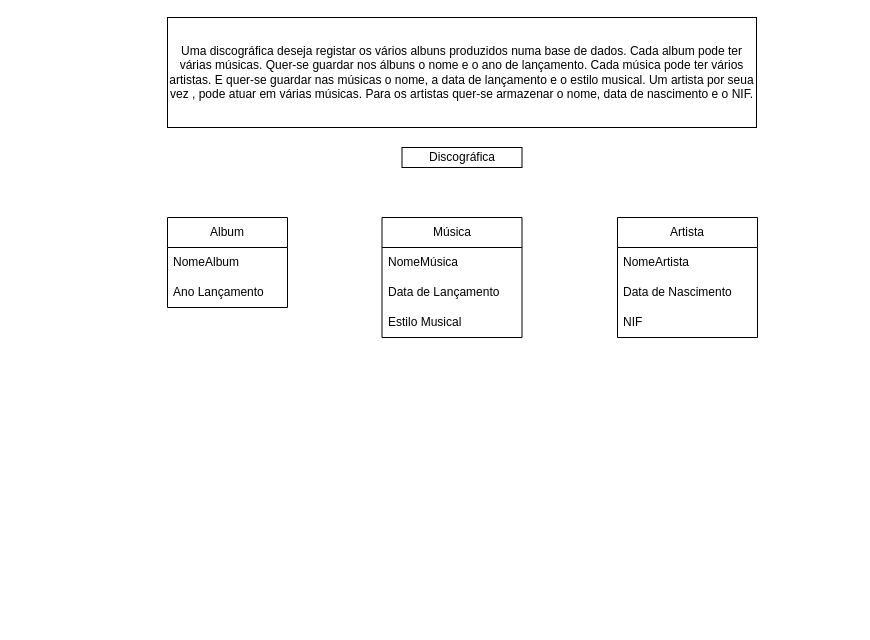
Before: Diagrama sem nome.drawio in joaopakina14/baseDeDados, a draw.io diagram. Source tidied: cells renumbered, new cells numbered last; positions are measured from the earlier drawing's top-left corner, leaving out a move shared by most shapes. Both pictures are drawn from the tidied source at 100%, with x=0, y=0 at pixel (167, 17).
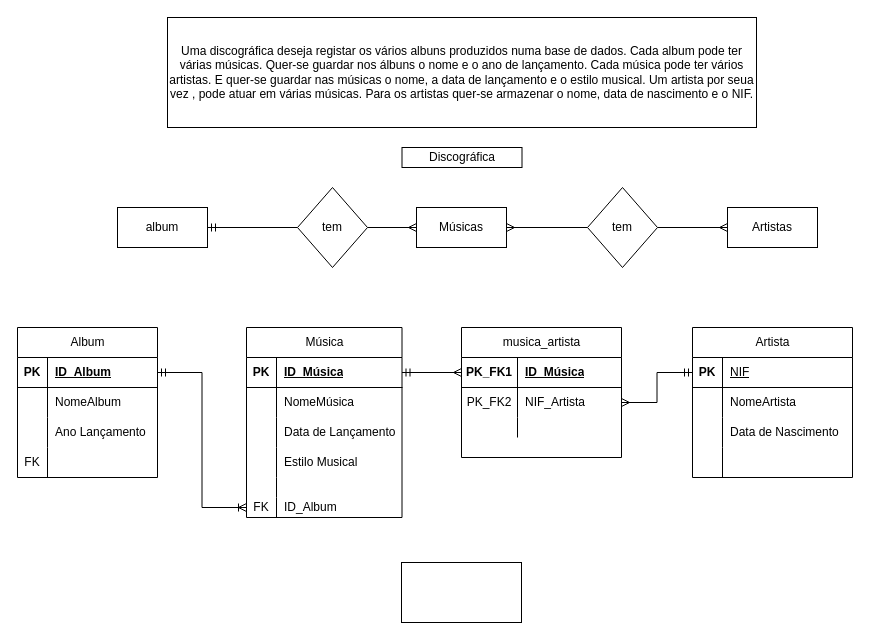
Above is the later version.

Diff of the diagram source:
```diff
@@
-    <mxCell id="4" value="Album" style="swimlane;fontStyle=0;horizontal=1;startSize=30;whiteSpace=wrap;html=1;" parent="1" vertex="1">
-      <mxGeometry y="200" width="120" height="90" as="geometry" />
+    <mxCell id="4" value="&lt;span style=&quot;font-weight: 400; text-wrap: wrap;&quot;&gt;Album&lt;/span&gt;" style="shape=table;startSize=30;childLayout=tableLayout;rowLines=0;fontStyle=1;align=center;html=1;" parent="1" vertex="1">
+      <mxGeometry x="-150" y="310" width="140" height="150" as="geometry" />
     </mxCell>
+    <mxCell id="15" style="shape=tableRow;horizontal=0;startSize=0;swimlaneHead=0;swimlaneBody=0;fillColor=none;points=[[0,0.5],[1,0.5]];portConstraint=eastwest;top=0;left=0;right=0;bottom=1;" parent="4" vertex="1">
+      <mxGeometry y="30" width="140" height="30" as="geometry" />
+    </mxCell>
+    <mxCell id="16" value="PK" style="shape=partialRectangle;fillColor=none;top=0;left=0;bottom=0;right=0;fontStyle=1;overflow=hidden;whiteSpace=wrap;html=1;" parent="15" vertex="1">
+      <mxGeometry width="30" height="30" as="geometry" />
+    </mxCell>
+    <mxCell id="17" value="ID_Album" style="shape=partialRectangle;fillColor=none;top=0;left=0;bottom=0;right=0;align=left;spacingLeft=6;fontStyle=5;overflow=hidden;whiteSpace=wrap;html=1;" parent="15" vertex="1">
+      <mxGeometry x="30" width="110" height="30" as="geometry" />
+    </mxCell>
+    <mxCell id="18" style="shape=tableRow;horizontal=0;startSize=0;swimlaneHead=0;swimlaneBody=0;fillColor=none;top=0;left=0;right=0;bottom=0;" parent="4" vertex="1">
+      <mxGeometry y="60" width="140" height="30" as="geometry" />
+    </mxCell>
+    <mxCell id="19" style="shape=partialRectangle;fillColor=none;top=0;left=0;bottom=0;right=0;overflow=hidden;whiteSpace=wrap;html=1;" parent="18" vertex="1">
+      <mxGeometry width="30" height="30" as="geometry" />
+    </mxCell>
-    <mxCell id="5" value="NomeAlbum" style="text;strokeColor=none;fillColor=none;align=left;verticalAlign=middle;spacingLeft=4;spacingRight=4;overflow=hidden;whiteSpace=wrap;html=1;" parent="4" vertex="1">
-      <mxGeometry y="30" width="120" height="30" as="geometry" />
+    <mxCell id="5" value="NomeAlbum" style="shape=partialRectangle;fillColor=none;top=0;left=0;bottom=0;right=0;align=left;spacingLeft=6;overflow=hidden;whiteSpace=wrap;html=1;" parent="18" vertex="1">
+      <mxGeometry x="30" width="110" height="30" as="geometry" />
     </mxCell>
+    <mxCell id="20" style="shape=tableRow;horizontal=0;startSize=0;swimlaneHead=0;swimlaneBody=0;fillColor=none;top=0;left=0;right=0;bottom=0;" parent="4" vertex="1">
+      <mxGeometry y="90" width="140" height="30" as="geometry" />
+    </mxCell>
+    <mxCell id="21" style="shape=partialRectangle;fillColor=none;top=0;left=0;bottom=0;right=0;overflow=hidden;whiteSpace=wrap;html=1;" parent="20" vertex="1">
+      <mxGeometry width="30" height="30" as="geometry" />
+    </mxCell>
-    <mxCell id="6" value="Ano Lançamento" style="text;strokeColor=none;fillColor=none;align=left;verticalAlign=middle;spacingLeft=4;spacingRight=4;overflow=hidden;whiteSpace=wrap;html=1;" parent="4" vertex="1">
-      <mxGeometry y="60" width="120" height="30" as="geometry" />
+    <mxCell id="6" value="Ano Lançamento" style="shape=partialRectangle;fillColor=none;top=0;left=0;bottom=0;right=0;align=left;spacingLeft=6;overflow=hidden;whiteSpace=wrap;html=1;" parent="20" vertex="1">
+      <mxGeometry x="30" width="110" height="30" as="geometry" />
     </mxCell>
+    <mxCell id="22" style="shape=tableRow;horizontal=0;startSize=0;swimlaneHead=0;swimlaneBody=0;fillColor=none;top=0;left=0;right=0;bottom=0;" parent="4" vertex="1">
+      <mxGeometry y="120" width="140" height="30" as="geometry" />
+    </mxCell>
+    <mxCell id="23" value="FK" style="shape=partialRectangle;fillColor=none;top=0;left=0;bottom=0;right=0;overflow=hidden;whiteSpace=wrap;html=1;" parent="22" vertex="1">
+      <mxGeometry width="30" height="30" as="geometry" />
+    </mxCell>
+    <mxCell id="24" style="shape=partialRectangle;fillColor=none;top=0;left=0;bottom=0;right=0;align=left;spacingLeft=6;overflow=hidden;whiteSpace=wrap;html=1;" parent="22" vertex="1">
+      <mxGeometry x="30" width="110" height="30" as="geometry" />
+    </mxCell>
-    <mxCell id="7" value="Música" style="swimlane;fontStyle=0;horizontal=1;startSize=30;whiteSpace=wrap;html=1;" parent="1" vertex="1">
-      <mxGeometry x="214.5" y="200" width="140" height="120" as="geometry" />
+    <mxCell id="7" value="&lt;span style=&quot;font-weight: 400; text-wrap: wrap;&quot;&gt;Música&lt;/span&gt;" style="shape=table;startSize=30;childLayout=tableLayout;rowLines=0;fontStyle=1;align=center;html=1;" parent="1" vertex="1">
+      <mxGeometry x="79" y="310" width="155.5" height="190" as="geometry" />
     </mxCell>
+    <mxCell id="25" style="shape=tableRow;horizontal=0;startSize=0;swimlaneHead=0;swimlaneBody=0;fillColor=none;points=[[0,0.5],[1,0.5]];portConstraint=eastwest;top=0;left=0;right=0;bottom=1;" parent="7" vertex="1">
+      <mxGeometry y="30" width="155.5" height="30" as="geometry" />
+    </mxCell>
+    <mxCell id="26" value="PK" style="shape=partialRectangle;fillColor=none;top=0;left=0;bottom=0;right=0;fontStyle=1;overflow=hidden;whiteSpace=wrap;html=1;" parent="25" vertex="1">
+      <mxGeometry width="30" height="30" as="geometry" />
+    </mxCell>
+    <mxCell id="27" value="ID_Música" style="shape=partialRectangle;fillColor=none;top=0;left=0;bottom=0;right=0;align=left;spacingLeft=6;fontStyle=5;overflow=hidden;whiteSpace=wrap;html=1;" parent="25" vertex="1">
+      <mxGeometry x="30" width="125.5" height="30" as="geometry" />
+    </mxCell>
+    <mxCell id="28" style="shape=tableRow;horizontal=0;startSize=0;swimlaneHead=0;swimlaneBody=0;fillColor=none;top=0;left=0;right=0;bottom=0;" parent="7" vertex="1">
+      <mxGeometry y="60" width="155.5" height="30" as="geometry" />
+    </mxCell>
+    <mxCell id="29" style="shape=partialRectangle;fillColor=none;top=0;left=0;bottom=0;right=0;overflow=hidden;whiteSpace=wrap;html=1;" parent="28" vertex="1">
+      <mxGeometry width="30" height="30" as="geometry" />
+    </mxCell>
-    <mxCell id="8" value="NomeMúsica" style="text;strokeColor=none;fillColor=none;align=left;verticalAlign=middle;spacingLeft=4;spacingRight=4;overflow=hidden;whiteSpace=wrap;html=1;" parent="7" vertex="1">
-      <mxGeometry y="30" width="140" height="30" as="geometry" />
+    <mxCell id="8" value="NomeMúsica" style="shape=partialRectangle;fillColor=none;top=0;left=0;bottom=0;right=0;align=left;spacingLeft=6;overflow=hidden;whiteSpace=wrap;html=1;" parent="28" vertex="1">
+      <mxGeometry x="30" width="125.5" height="30" as="geometry" />
     </mxCell>
+    <mxCell id="30" style="shape=tableRow;horizontal=0;startSize=0;swimlaneHead=0;swimlaneBody=0;fillColor=none;top=0;left=0;right=0;bottom=0;" parent="7" vertex="1">
+      <mxGeometry y="90" width="155.5" height="30" as="geometry" />
+    </mxCell>
+    <mxCell id="31" style="shape=partialRectangle;fillColor=none;top=0;left=0;bottom=0;right=0;overflow=hidden;whiteSpace=wrap;html=1;" parent="30" vertex="1">
+      <mxGeometry width="30" height="30" as="geometry" />
+    </mxCell>
-    <mxCell id="9" value="Data de Lançamento" style="text;strokeColor=none;fillColor=none;align=left;verticalAlign=middle;spacingLeft=4;spacingRight=4;overflow=hidden;whiteSpace=wrap;html=1;" parent="7" vertex="1">
-      <mxGeometry y="60" width="140" height="30" as="geometry" />
+    <mxCell id="9" value="Data de Lançamento" style="shape=partialRectangle;fillColor=none;top=0;left=0;bottom=0;right=0;align=left;spacingLeft=6;overflow=hidden;whiteSpace=wrap;html=1;" parent="30" vertex="1">
+      <mxGeometry x="30" width="125.5" height="30" as="geometry" />
     </mxCell>
+    <mxCell id="32" style="shape=tableRow;horizontal=0;startSize=0;swimlaneHead=0;swimlaneBody=0;fillColor=none;top=0;left=0;right=0;bottom=0;" parent="7" vertex="1">
+      <mxGeometry y="120" width="155.5" height="30" as="geometry" />
+    </mxCell>
+    <mxCell id="33" style="shape=partialRectangle;fillColor=none;top=0;left=0;bottom=0;right=0;overflow=hidden;whiteSpace=wrap;html=1;" parent="32" vertex="1">
+      <mxGeometry width="30" height="30" as="geometry" />
+    </mxCell>
-    <mxCell id="10" value="Estilo Musical" style="text;strokeColor=none;fillColor=none;align=left;verticalAlign=middle;spacingLeft=4;spacingRight=4;overflow=hidden;whiteSpace=wrap;html=1;" parent="7" vertex="1">
-      <mxGeometry y="90" width="140" height="30" as="geometry" />
+    <mxCell id="10" value="Estilo Musical" style="shape=partialRectangle;fillColor=none;top=0;left=0;bottom=0;right=0;align=left;spacingLeft=6;overflow=hidden;whiteSpace=wrap;html=1;" parent="32" vertex="1">
+      <mxGeometry x="30" width="125.5" height="30" as="geometry" />
     </mxCell>
+    <mxCell id="34" style="shape=tableRow;horizontal=0;startSize=0;swimlaneHead=0;swimlaneBody=0;fillColor=none;top=0;left=0;right=0;bottom=0;" parent="7" vertex="1">
+      <mxGeometry y="150" width="155.5" height="20" as="geometry" />
+    </mxCell>
+    <mxCell id="35" style="shape=partialRectangle;fillColor=none;top=0;left=0;bottom=0;right=0;overflow=hidden;whiteSpace=wrap;html=1;" parent="34" vertex="1">
+      <mxGeometry width="30" height="20" as="geometry" />
+    </mxCell>
+    <mxCell id="36" style="shape=partialRectangle;fillColor=none;top=0;left=0;bottom=0;right=0;align=left;spacingLeft=6;overflow=hidden;whiteSpace=wrap;html=1;" parent="34" vertex="1">
+      <mxGeometry x="30" width="125.5" height="20" as="geometry" />
+    </mxCell>
+    <mxCell id="37" style="shape=tableRow;horizontal=0;startSize=0;swimlaneHead=0;swimlaneBody=0;fillColor=none;points=[[0,0.5],[1,0.5]];portConstraint=eastwest;top=0;left=0;right=0;bottom=0;" parent="7" vertex="1">
+      <mxGeometry y="170" width="155.5" height="20" as="geometry" />
+    </mxCell>
+    <mxCell id="38" value="FK" style="shape=partialRectangle;fillColor=none;top=0;left=0;bottom=0;right=0;overflow=hidden;whiteSpace=wrap;html=1;" parent="37" vertex="1">
+      <mxGeometry width="30" height="20" as="geometry" />
+    </mxCell>
+    <mxCell id="39" value="ID_Album" style="shape=partialRectangle;fillColor=none;top=0;left=0;bottom=0;right=0;align=left;spacingLeft=6;overflow=hidden;whiteSpace=wrap;html=1;" parent="37" vertex="1">
+      <mxGeometry x="30" width="125.5" height="20" as="geometry" />
+    </mxCell>
-    <mxCell id="11" value="Artista" style="swimlane;fontStyle=0;horizontal=1;startSize=30;whiteSpace=wrap;html=1;" parent="1" vertex="1">
-      <mxGeometry x="450" y="200" width="140" height="120" as="geometry" />
+    <mxCell id="11" value="&lt;span style=&quot;font-weight: 400; text-wrap: wrap;&quot;&gt;Artista&lt;/span&gt;" style="shape=table;startSize=30;childLayout=tableLayout;rowLines=0;fontStyle=1;align=center;html=1;" parent="1" vertex="1">
+      <mxGeometry x="525" y="310" width="160" height="150" as="geometry" />
     </mxCell>
+    <mxCell id="40" style="shape=tableRow;horizontal=0;startSize=0;swimlaneHead=0;swimlaneBody=0;fillColor=none;points=[[0,0.5],[1,0.5]];portConstraint=eastwest;top=0;left=0;right=0;bottom=1;" parent="11" vertex="1">
+      <mxGeometry y="30" width="160" height="30" as="geometry" />
+    </mxCell>
+    <mxCell id="41" value="PK" style="shape=partialRectangle;fillColor=none;top=0;left=0;bottom=0;right=0;fontStyle=1;overflow=hidden;whiteSpace=wrap;html=1;" parent="40" vertex="1">
+      <mxGeometry width="30" height="30" as="geometry" />
+    </mxCell>
+    <mxCell id="14" value="&lt;span style=&quot;font-weight: 400;&quot;&gt;NIF&lt;/span&gt;" style="shape=partialRectangle;fillColor=none;top=0;left=0;bottom=0;right=0;align=left;spacingLeft=6;fontStyle=5;overflow=hidden;whiteSpace=wrap;html=1;" parent="40" vertex="1">
+      <mxGeometry x="30" width="130" height="30" as="geometry" />
+    </mxCell>
+    <mxCell id="42" style="shape=tableRow;horizontal=0;startSize=0;swimlaneHead=0;swimlaneBody=0;fillColor=none;top=0;left=0;right=0;bottom=0;" parent="11" vertex="1">
+      <mxGeometry y="60" width="160" height="30" as="geometry" />
+    </mxCell>
+    <mxCell id="43" style="shape=partialRectangle;fillColor=none;top=0;left=0;bottom=0;right=0;overflow=hidden;whiteSpace=wrap;html=1;" parent="42" vertex="1">
+      <mxGeometry width="30" height="30" as="geometry" />
+    </mxCell>
-    <mxCell id="12" value="NomeArtista" style="text;strokeColor=none;fillColor=none;align=left;verticalAlign=middle;spacingLeft=4;spacingRight=4;overflow=hidden;whiteSpace=wrap;html=1;" parent="11" vertex="1">
-      <mxGeometry y="30" width="140" height="30" as="geometry" />
+    <mxCell id="12" value="NomeArtista" style="shape=partialRectangle;fillColor=none;top=0;left=0;bottom=0;right=0;align=left;spacingLeft=6;overflow=hidden;whiteSpace=wrap;html=1;" parent="42" vertex="1">
+      <mxGeometry x="30" width="130" height="30" as="geometry" />
     </mxCell>
+    <mxCell id="44" style="shape=tableRow;horizontal=0;startSize=0;swimlaneHead=0;swimlaneBody=0;fillColor=none;top=0;left=0;right=0;bottom=0;" parent="11" vertex="1">
+      <mxGeometry y="90" width="160" height="30" as="geometry" />
+    </mxCell>
+    <mxCell id="45" style="shape=partialRectangle;fillColor=none;top=0;left=0;bottom=0;right=0;overflow=hidden;whiteSpace=wrap;html=1;" parent="44" vertex="1">
+      <mxGeometry width="30" height="30" as="geometry" />
+    </mxCell>
-    <mxCell id="13" value="Data de Nascimento" style="text;strokeColor=none;fillColor=none;align=left;verticalAlign=middle;spacingLeft=4;spacingRight=4;overflow=hidden;whiteSpace=wrap;html=1;" parent="11" vertex="1">
-      <mxGeometry y="60" width="140" height="30" as="geometry" />
+    <mxCell id="13" value="Data de Nascimento" style="shape=partialRectangle;fillColor=none;top=0;left=0;bottom=0;right=0;align=left;spacingLeft=6;overflow=hidden;whiteSpace=wrap;html=1;" parent="44" vertex="1">
+      <mxGeometry x="30" width="130" height="30" as="geometry" />
     </mxCell>
-    <mxCell id="14" value="NIF" style="text;strokeColor=none;fillColor=none;align=left;verticalAlign=middle;spacingLeft=4;spacingRight=4;overflow=hidden;whiteSpace=wrap;html=1;" parent="11" vertex="1">
-      <mxGeometry y="90" width="140" height="30" as="geometry" />
-    </mxCell>
+    <mxCell id="46" style="shape=tableRow;horizontal=0;startSize=0;swimlaneHead=0;swimlaneBody=0;fillColor=none;top=0;left=0;right=0;bottom=0;" parent="11" vertex="1">
+      <mxGeometry y="120" width="160" height="30" as="geometry" />
+    </mxCell>
+    <mxCell id="47" style="shape=partialRectangle;fillColor=none;top=0;left=0;bottom=0;right=0;overflow=hidden;whiteSpace=wrap;html=1;" parent="46" vertex="1">
+      <mxGeometry width="30" height="30" as="geometry" />
+    </mxCell>
+    <mxCell id="48" style="shape=partialRectangle;fillColor=none;top=0;left=0;bottom=0;right=0;align=left;spacingLeft=6;overflow=hidden;whiteSpace=wrap;html=1;" parent="46" vertex="1">
+      <mxGeometry x="30" width="130" height="30" as="geometry" />
+    </mxCell>
+    <mxCell id="49" value="album" style="rounded=0;whiteSpace=wrap;html=1;" parent="1" vertex="1">
+      <mxGeometry x="-50" y="190" width="90" height="40" as="geometry" />
+    </mxCell>
+    <mxCell id="50" style="edgeStyle=orthogonalEdgeStyle;rounded=0;jettySize=auto;html=1;endArrow=none;endFill=0;startArrow=ERmany;startFill=0;" parent="1" edge="1" source="51" target="57">
+      <mxGeometry relative="1" as="geometry" />
+    </mxCell>
+    <mxCell id="51" value="Músicas" style="rounded=0;whiteSpace=wrap;html=1;" parent="1" vertex="1">
+      <mxGeometry x="249" y="190" width="90" height="40" as="geometry" />
+    </mxCell>
+    <mxCell id="52" style="edgeStyle=orthogonalEdgeStyle;rounded=0;jettySize=auto;html=1;startArrow=ERmany;startFill=0;endArrow=none;endFill=0;" parent="1" edge="1" source="53" target="57">
+      <mxGeometry relative="1" as="geometry" />
+    </mxCell>
+    <mxCell id="53" value="Artistas" style="rounded=0;whiteSpace=wrap;html=1;" parent="1" vertex="1">
+      <mxGeometry x="560" y="190" width="90" height="40" as="geometry" />
+    </mxCell>
+    <mxCell id="54" style="edgeStyle=orthogonalEdgeStyle;rounded=0;jettySize=auto;html=1;endArrow=ERmandOne;endFill=0;" parent="1" edge="1" source="56" target="49">
+      <mxGeometry relative="1" as="geometry" />
+    </mxCell>
+    <mxCell id="55" style="edgeStyle=orthogonalEdgeStyle;rounded=0;jettySize=auto;html=1;endArrow=ERmany;endFill=0;" parent="1" edge="1" source="56" target="51">
+      <mxGeometry relative="1" as="geometry" />
+    </mxCell>
+    <mxCell id="56" value="tem" style="rhombus;whiteSpace=wrap;html=1;" parent="1" vertex="1">
+      <mxGeometry x="130" y="170" width="70" height="80" as="geometry" />
+    </mxCell>
+    <mxCell id="57" value="tem" style="rhombus;whiteSpace=wrap;html=1;" parent="1" vertex="1">
+      <mxGeometry x="420" y="170" width="70" height="80" as="geometry" />
+    </mxCell>
+    <mxCell id="58" value="&lt;span style=&quot;font-weight: 400; text-wrap: wrap;&quot;&gt;musica_artista&lt;/span&gt;" style="shape=table;startSize=30;childLayout=tableLayout;rowLines=0;fontStyle=1;align=center;html=1;" parent="1" vertex="1">
+      <mxGeometry x="294" y="310" width="160" height="130" as="geometry" />
+    </mxCell>
+    <mxCell id="59" style="shape=tableRow;horizontal=0;startSize=0;swimlaneHead=0;swimlaneBody=0;fillColor=none;points=[[0,0.5],[1,0.5]];portConstraint=eastwest;top=0;left=0;right=0;bottom=1;" parent="58" vertex="1">
+      <mxGeometry y="30" width="160" height="30" as="geometry" />
+    </mxCell>
+    <mxCell id="60" value="PK_FK1" style="shape=partialRectangle;fillColor=none;top=0;left=0;bottom=0;right=0;fontStyle=1;overflow=hidden;whiteSpace=wrap;html=1;" parent="59" vertex="1">
+      <mxGeometry width="56" height="30" as="geometry" />
+    </mxCell>
+    <mxCell id="61" value="ID_Música" style="shape=partialRectangle;fillColor=none;top=0;left=0;bottom=0;right=0;align=left;spacingLeft=6;fontStyle=5;overflow=hidden;whiteSpace=wrap;html=1;" parent="59" vertex="1">
+      <mxGeometry x="56" width="104" height="30" as="geometry" />
+    </mxCell>
+    <mxCell id="62" style="shape=tableRow;horizontal=0;startSize=0;swimlaneHead=0;swimlaneBody=0;fillColor=none;points=[[0,0.5],[1,0.5]];portConstraint=eastwest;top=0;left=0;right=0;bottom=0;" parent="58" vertex="1">
+      <mxGeometry y="60" width="160" height="30" as="geometry" />
+    </mxCell>
+    <mxCell id="63" value="PK_FK2" style="shape=partialRectangle;fillColor=none;top=0;left=0;bottom=0;right=0;overflow=hidden;whiteSpace=wrap;html=1;" parent="62" vertex="1">
+      <mxGeometry width="56" height="30" as="geometry" />
+    </mxCell>
+    <mxCell id="64" value="NIF_Artista" style="shape=partialRectangle;fillColor=none;top=0;left=0;bottom=0;right=0;align=left;spacingLeft=6;overflow=hidden;whiteSpace=wrap;html=1;" parent="62" vertex="1">
+      <mxGeometry x="56" width="104" height="30" as="geometry" />
+    </mxCell>
+    <mxCell id="65" style="shape=tableRow;horizontal=0;startSize=0;swimlaneHead=0;swimlaneBody=0;fillColor=none;top=0;left=0;right=0;bottom=0;" parent="58" vertex="1">
+      <mxGeometry y="90" width="160" height="20" as="geometry" />
+    </mxCell>
+    <mxCell id="66" style="shape=partialRectangle;fillColor=none;top=0;left=0;bottom=0;right=0;overflow=hidden;whiteSpace=wrap;html=1;" parent="65" vertex="1">
+      <mxGeometry width="56" height="20" as="geometry" />
+    </mxCell>
+    <mxCell id="67" style="shape=partialRectangle;fillColor=none;top=0;left=0;bottom=0;right=0;align=left;spacingLeft=6;overflow=hidden;whiteSpace=wrap;html=1;" parent="65" vertex="1">
+      <mxGeometry x="56" width="104" height="20" as="geometry" />
+    </mxCell>
+    <mxCell id="68" style="edgeStyle=orthogonalEdgeStyle;rounded=0;jettySize=auto;html=1;endArrow=ERmany;endFill=0;startArrow=ERmandOne;startFill=0;" parent="1" edge="1" source="40" target="62">
+      <mxGeometry relative="1" as="geometry" />
+    </mxCell>
+    <mxCell id="69" style="edgeStyle=orthogonalEdgeStyle;rounded=0;jettySize=auto;html=1;entryX=1;entryY=0.5;entryDx=0;entryDy=0;endArrow=ERmandOne;endFill=0;startArrow=ERmany;startFill=0;" parent="1" edge="1" source="59" target="25">
+      <mxGeometry relative="1" as="geometry" />
+    </mxCell>
+    <mxCell id="70" style="edgeStyle=orthogonalEdgeStyle;rounded=0;jettySize=auto;html=1;entryX=0;entryY=0.5;entryDx=0;entryDy=0;startArrow=ERmandOne;startFill=0;endArrow=ERoneToMany;endFill=0;" parent="1" edge="1" source="15" target="37">
+      <mxGeometry relative="1" as="geometry" />
+    </mxCell>
+    <mxCell id="71" style="rounded=0;whiteSpace=wrap;html=1;" parent="1" vertex="1">
+      <mxGeometry x="234" y="545" width="120" height="60" as="geometry" />
+    </mxCell>
```
